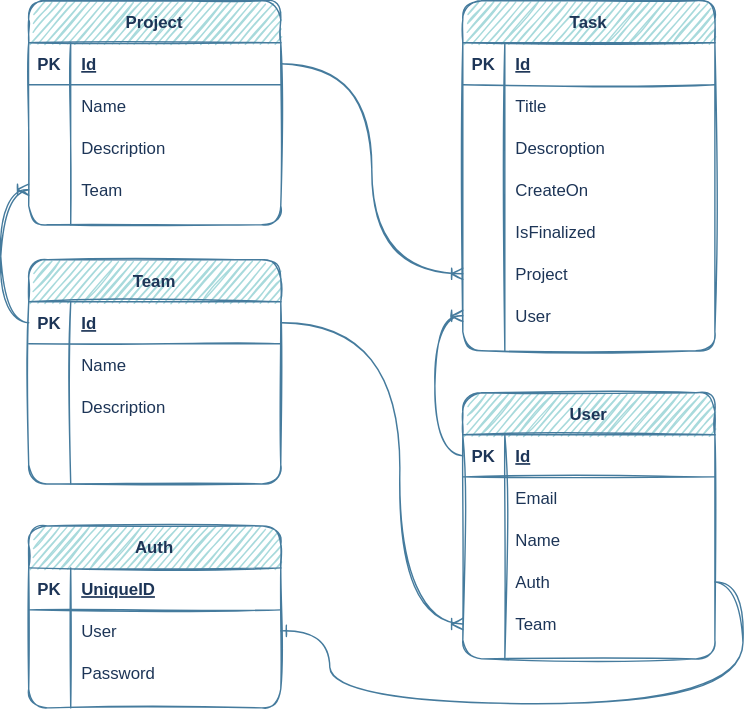
Before: docs/database.drawio.svg, a diagram exported from draw.io (jusemon/tasksjs). Source tidied: cells renumbered, new cells last; positions are measured from the earlier drawing's top-left corner, leaving out a move shared by most shapes.
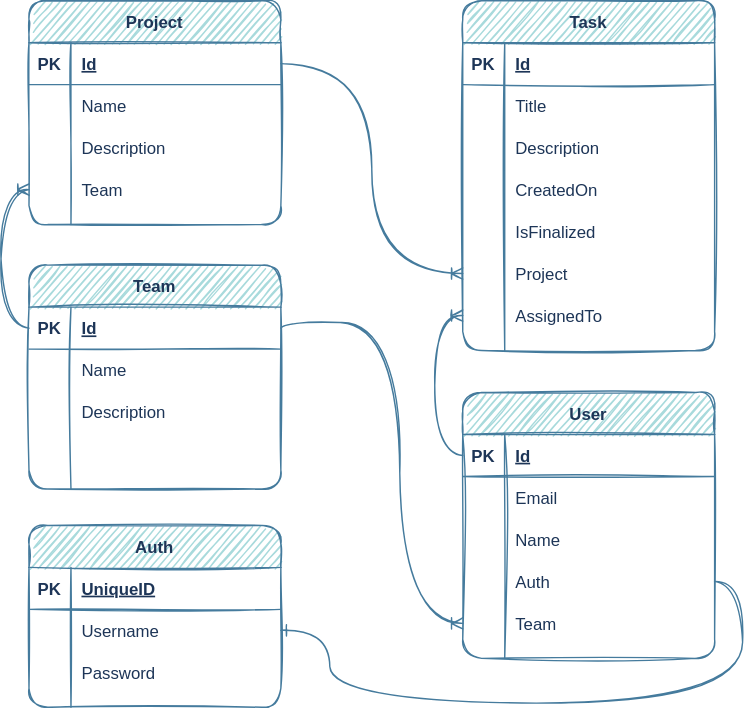
After the commit.

Diff of the diagram source:
```diff
@@ -48,7 +48,7 @@
       <mxGeometry relative="1" as="geometry" />
     </mxCell>
     <mxCell id="17" value="Team" style="shape=table;startSize=30;rowLines=0;fontStyle=1;align=center;fillColor=#A8DADC;strokeColor=#457B9D;fontColor=#1D3557;sketch=1;rounded=1;" parent="1" vertex="1">
-      <mxGeometry y="185" width="180" height="160" as="geometry" />
+      <mxGeometry y="189" width="180" height="160" as="geometry" />
     </mxCell>
     <mxCell id="18" style="shape=partialRectangle;fillColor=none;top=0;left=0;bottom=1;right=0;points=[[0,0.5],[1,0.5]];portConstraint=eastwest;strokeColor=#457B9D;fontColor=#1D3557;sketch=1;rounded=1;" parent="17" vertex="1">
       <mxGeometry y="30" width="180" height="30" as="geometry" />
@@ -113,7 +113,7 @@
     <mxCell id="38" style="shape=partialRectangle;fillColor=none;top=0;left=0;bottom=0;right=0;overflow=hidden;strokeColor=#457B9D;fontColor=#1D3557;sketch=1;rounded=1;" parent="37" vertex="1">
       <mxGeometry width="30" height="30" as="geometry" />
     </mxCell>
-    <mxCell id="39" value="Descroption" style="shape=partialRectangle;fillColor=none;top=0;left=0;bottom=0;right=0;align=left;spacingLeft=6;overflow=hidden;strokeColor=#457B9D;fontColor=#1D3557;sketch=1;rounded=1;" parent="37" vertex="1">
+    <mxCell id="39" value="Description" style="shape=partialRectangle;fillColor=none;top=0;left=0;bottom=0;right=0;align=left;spacingLeft=6;overflow=hidden;strokeColor=#457B9D;fontColor=#1D3557;sketch=1;rounded=1;" parent="37" vertex="1">
       <mxGeometry x="30" width="150" height="30" as="geometry" />
     </mxCell>
     <mxCell id="40" style="shape=partialRectangle;fillColor=none;top=0;left=0;bottom=0;right=0;strokeColor=#457B9D;fontColor=#1D3557;sketch=1;rounded=1;" parent="30" vertex="1">
@@ -122,7 +122,7 @@
     <mxCell id="41" style="shape=partialRectangle;fillColor=none;top=0;left=0;bottom=0;right=0;overflow=hidden;strokeColor=#457B9D;fontColor=#1D3557;sketch=1;rounded=1;" parent="40" vertex="1">
       <mxGeometry width="30" height="30" as="geometry" />
     </mxCell>
-    <mxCell id="42" value="CreateOn" style="shape=partialRectangle;fillColor=none;top=0;left=0;bottom=0;right=0;align=left;spacingLeft=6;overflow=hidden;strokeColor=#457B9D;fontColor=#1D3557;sketch=1;rounded=1;" parent="40" vertex="1">
+    <mxCell id="42" value="CreatedOn" style="shape=partialRectangle;fillColor=none;top=0;left=0;bottom=0;right=0;align=left;spacingLeft=6;overflow=hidden;strokeColor=#457B9D;fontColor=#1D3557;sketch=1;rounded=1;" parent="40" vertex="1">
       <mxGeometry x="30" width="150" height="30" as="geometry" />
     </mxCell>
     <mxCell id="43" style="shape=partialRectangle;fillColor=none;top=0;left=0;bottom=0;right=0;strokeColor=#457B9D;fontColor=#1D3557;sketch=1;rounded=1;" parent="30" vertex="1">
@@ -149,7 +149,7 @@
     <mxCell id="50" style="shape=partialRectangle;fillColor=none;top=0;left=0;bottom=0;right=0;overflow=hidden;strokeColor=#457B9D;fontColor=#1D3557;sketch=1;rounded=1;" parent="49" vertex="1">
       <mxGeometry width="30" height="30" as="geometry" />
     </mxCell>
-    <mxCell id="51" value="User" style="shape=partialRectangle;fillColor=none;top=0;left=0;bottom=0;right=0;align=left;spacingLeft=6;overflow=hidden;strokeColor=#457B9D;fontColor=#1D3557;sketch=1;rounded=1;" parent="49" vertex="1">
+    <mxCell id="51" value="AssignedTo" style="shape=partialRectangle;fillColor=none;top=0;left=0;bottom=0;right=0;align=left;spacingLeft=6;overflow=hidden;strokeColor=#457B9D;fontColor=#1D3557;sketch=1;rounded=1;" parent="49" vertex="1">
       <mxGeometry x="30" width="150" height="30" as="geometry" />
     </mxCell>
     <mxCell id="52" style="edgeStyle=orthogonalEdgeStyle;jettySize=auto;html=1;entryX=0;entryY=0.5;entryDx=0;entryDy=0;endArrow=ERoneToMany;endFill=0;exitX=0;exitY=0.5;exitDx=0;exitDy=0;labelBackgroundColor=#F1FAEE;strokeColor=#457B9D;fontColor=#1D3557;sketch=1;curved=1;" parent="1" edge="1" source="54" target="49">
@@ -229,7 +229,7 @@
     <mxCell id="75" style="shape=partialRectangle;fillColor=none;top=0;left=0;bottom=0;right=0;overflow=hidden;strokeColor=#457B9D;fontColor=#1D3557;sketch=1;rounded=1;" parent="74" vertex="1">
       <mxGeometry width="30" height="30" as="geometry" />
     </mxCell>
-    <mxCell id="76" value="User" style="shape=partialRectangle;fillColor=none;top=0;left=0;bottom=0;right=0;align=left;spacingLeft=6;overflow=hidden;strokeColor=#457B9D;fontColor=#1D3557;sketch=1;rounded=1;" parent="74" vertex="1">
+    <mxCell id="76" value="Username" style="shape=partialRectangle;fillColor=none;top=0;left=0;bottom=0;right=0;align=left;spacingLeft=6;overflow=hidden;strokeColor=#457B9D;fontColor=#1D3557;sketch=1;rounded=1;" parent="74" vertex="1">
       <mxGeometry x="30" width="150" height="30" as="geometry" />
     </mxCell>
     <mxCell id="77" style="shape=partialRectangle;fillColor=none;top=0;left=0;bottom=0;right=0;strokeColor=#457B9D;fontColor=#1D3557;sketch=1;rounded=1;" parent="70" vertex="1">
```
